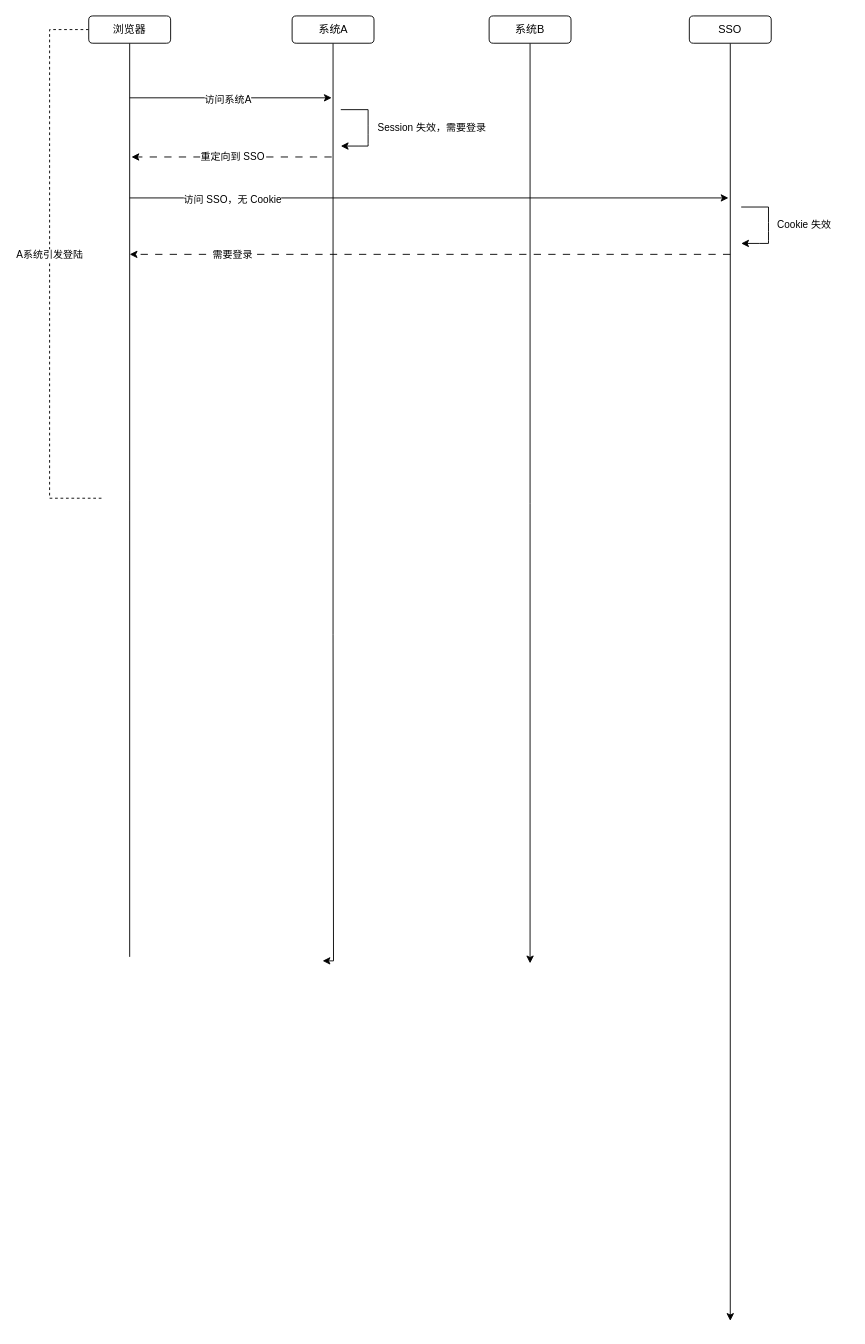
HaiHuangCHN/diagrams keeps this draw.io diagram as 面试必问：cookie、session、token、jwt、单点登录，都是怎么用的.drawio. Above is the earlier version. Source tidied: cells renumbered, new cells numbered last; positions are measured from the earlier drawing's top-left corner, leaving out a move shared by most shapes. Both pictures are drawn from the tidied source at 91%, with x=0, y=0 at pixel (49, 15).
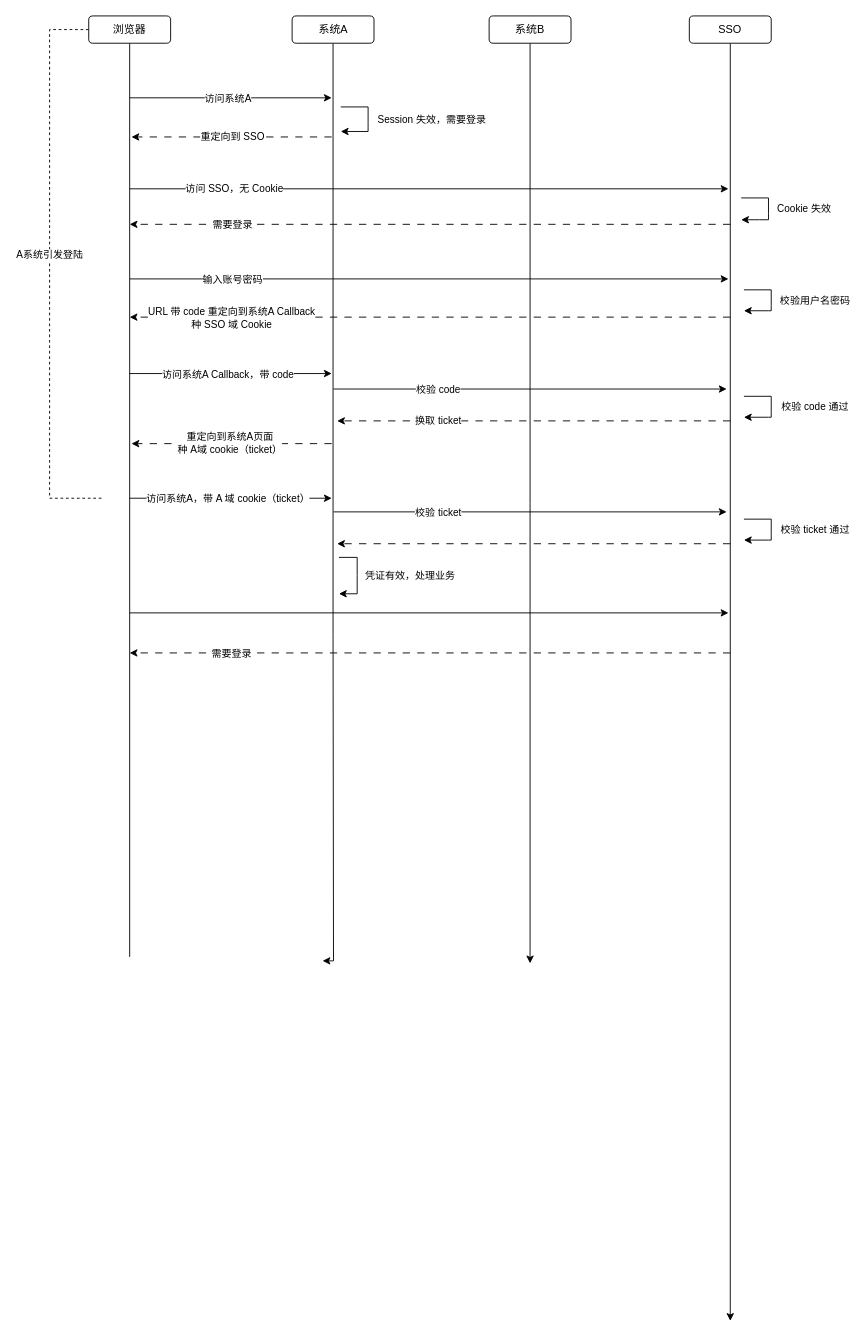
The same diagram, later.

Commit message:
更新面试必问：cookie、session、token、jwt、单点登录，都是怎么用的.drawio

Unchanged cells that the change refers to:
```xml
<mxCell id="12" style="endArrow=classic;html=1;rounded=0;" parent="1" edge="1">
  <mxGeometry relative="1" as="geometry">
    <mxPoint x="88" y="90" as="sourcePoint" />
    <mxPoint x="310" y="90" as="targetPoint" />
  </mxGeometry>
</mxCell>
```

Diff of the diagram source:
```diff
@@
     <mxCell id="13" value="访问系统A" style="edgeLabel;html=1;align=center;verticalAlign=middle;" parent="12" vertex="1">
       <mxGeometry x="-0.32" y="-1" relative="1" as="geometry">
-        <mxPoint x="32" as="offset" />
+        <mxPoint x="32" y="-1" as="offset" />
       </mxGeometry>
     </mxCell>
     <mxCell id="14" style="endArrow=classic;html=1;rounded=0;dashed=1;dashPattern=8 8;" parent="1" edge="1">
       <mxGeometry relative="1" as="geometry">
-        <mxPoint x="310" y="155" as="sourcePoint" />
-        <mxPoint x="90" y="155" as="targetPoint" />
+        <mxPoint x="310" y="133" as="sourcePoint" />
+        <mxPoint x="90" y="133" as="targetPoint" />
       </mxGeometry>
     </mxCell>
@@
     <mxCell id="16" style="endArrow=classic;html=1;rounded=0;" parent="1" edge="1">
       <mxGeometry relative="1" as="geometry">
-        <mxPoint x="320" y="103" as="sourcePoint" />
-        <mxPoint x="320" y="143" as="targetPoint" />
+        <mxPoint x="320" y="100" as="sourcePoint" />
+        <mxPoint x="320" y="127" as="targetPoint" />
         <Array as="points">
-          <mxPoint x="350" y="103" />
-          <mxPoint x="350" y="120" />
-          <mxPoint x="350" y="130" />
-          <mxPoint x="350" y="140" />
-          <mxPoint x="350" y="143" />
-          <mxPoint x="340" y="143" />
+          <mxPoint x="350" y="100" />
+          <mxPoint x="350" y="117" />
+          <mxPoint x="350" y="127" />
+          <mxPoint x="340" y="127" />
         </Array>
       </mxGeometry>
     </mxCell>
@@
     <mxCell id="18" style="endArrow=classic;html=1;rounded=0;" parent="1" edge="1">
       <mxGeometry relative="1" as="geometry">
-        <mxPoint x="88" y="200" as="sourcePoint" />
-        <mxPoint x="746" y="200" as="targetPoint" />
+        <mxPoint x="88" y="190" as="sourcePoint" />
+        <mxPoint x="746" y="190" as="targetPoint" />
       </mxGeometry>
     </mxCell>
     <mxCell id="19" value="访问 SSO，无 Cookie" style="edgeLabel;html=1;align=center;verticalAlign=middle;" parent="18" vertex="1">
       <mxGeometry x="-0.32" y="-1" relative="1" as="geometry">
-        <mxPoint x="-112" as="offset" />
+        <mxPoint x="-110" y="-2" as="offset" />
       </mxGeometry>
     </mxCell>
     <mxCell id="20" style="endArrow=classic;html=1;rounded=0;" parent="1" edge="1">
       <mxGeometry relative="1" as="geometry">
-        <mxPoint x="760" y="210" as="sourcePoint" />
-        <mxPoint x="760" y="250" as="targetPoint" />
+        <mxPoint x="760" y="200" as="sourcePoint" />
+        <mxPoint x="760" y="224" as="targetPoint" />
         <Array as="points">
-          <mxPoint x="790" y="210" />
-          <mxPoint x="790" y="227" />
-          <mxPoint x="790" y="237" />
-          <mxPoint x="790" y="247" />
-          <mxPoint x="790" y="250" />
-          <mxPoint x="780" y="250" />
+          <mxPoint x="790" y="200" />
+          <mxPoint x="790" y="217" />
+          <mxPoint x="790" y="224" />
+          <mxPoint x="780" y="224" />
         </Array>
       </mxGeometry>
     </mxCell>
@@
     <mxCell id="22" style="endArrow=classic;html=1;rounded=0;dashed=1;dashPattern=8 8;" parent="1" edge="1">
       <mxGeometry relative="1" as="geometry">
-        <mxPoint x="748" y="262" as="sourcePoint" />
-        <mxPoint x="88" y="262" as="targetPoint" />
+        <mxPoint x="748" y="229" as="sourcePoint" />
+        <mxPoint x="88" y="229" as="targetPoint" />
       </mxGeometry>
     </mxCell>
@@
+    <mxCell id="24" style="endArrow=classic;html=1;rounded=0;" parent="1" edge="1">
+      <mxGeometry relative="1" as="geometry">
+        <mxPoint x="88" y="289" as="sourcePoint" />
+        <mxPoint x="746" y="289" as="targetPoint" />
+      </mxGeometry>
+    </mxCell>
+    <mxCell id="25" value="输入账号密码" style="edgeLabel;html=1;align=center;verticalAlign=middle;" parent="24" vertex="1">
+      <mxGeometry x="-0.32" y="-1" relative="1" as="geometry">
+        <mxPoint x="-112" y="-1" as="offset" />
+      </mxGeometry>
+    </mxCell>
+    <mxCell id="26" style="endArrow=classic;html=1;rounded=0;dashed=1;dashPattern=8 8;" parent="1" edge="1">
+      <mxGeometry relative="1" as="geometry">
+        <mxPoint x="748" y="331" as="sourcePoint" />
+        <mxPoint x="88" y="331" as="targetPoint" />
+      </mxGeometry>
+    </mxCell>
+    <mxCell id="27" value="URL 带 code 重定向到系统A Callback&lt;div&gt;种 SSO 域 Cookie&lt;/div&gt;" style="edgeLabel;html=1;align=center;verticalAlign=middle;" parent="26" vertex="1">
+      <mxGeometry x="-0.32" y="-1" relative="1" as="geometry">
+        <mxPoint x="-325" y="1" as="offset" />
+      </mxGeometry>
+    </mxCell>
+    <mxCell id="28" style="endArrow=classic;html=1;rounded=0;" parent="1" edge="1">
+      <mxGeometry relative="1" as="geometry">
+        <mxPoint x="763" y="301" as="sourcePoint" />
+        <mxPoint x="763" y="324" as="targetPoint" />
+        <Array as="points">
+          <mxPoint x="793" y="301" />
+          <mxPoint x="793" y="318" />
+          <mxPoint x="793" y="324" />
+          <mxPoint x="790" y="324" />
+          <mxPoint x="783" y="324" />
+        </Array>
+      </mxGeometry>
+    </mxCell>
+    <mxCell id="29" value="校验用户名密码" style="edgeLabel;html=1;align=center;verticalAlign=middle;" parent="28" vertex="1">
+      <mxGeometry x="-0.02" y="-1" relative="1" as="geometry">
+        <mxPoint x="48" as="offset" />
+      </mxGeometry>
+    </mxCell>
+    <mxCell id="30" style="endArrow=classic;html=1;rounded=0;" parent="1" edge="1">
+      <mxGeometry relative="1" as="geometry">
+        <mxPoint x="88" y="656" as="sourcePoint" />
+        <mxPoint x="746" y="656" as="targetPoint" />
+      </mxGeometry>
+    </mxCell>
+    <mxCell id="31" style="endArrow=classic;html=1;rounded=0;dashed=1;dashPattern=8 8;" parent="1" edge="1">
+      <mxGeometry relative="1" as="geometry">
+        <mxPoint x="748" y="700" as="sourcePoint" />
+        <mxPoint x="88" y="700" as="targetPoint" />
+      </mxGeometry>
+    </mxCell>
+    <mxCell id="32" value="需要登录" style="edgeLabel;html=1;align=center;verticalAlign=middle;" parent="31" vertex="1">
+      <mxGeometry x="-0.32" y="-1" relative="1" as="geometry">
+        <mxPoint x="-325" y="1" as="offset" />
+      </mxGeometry>
+    </mxCell>
+    <mxCell id="33" style="endArrow=classic;html=1;rounded=0;" parent="1" edge="1">
+      <mxGeometry relative="1" as="geometry">
+        <mxPoint x="88" y="393" as="sourcePoint" />
+        <mxPoint x="310" y="393" as="targetPoint" />
+      </mxGeometry>
+    </mxCell>
+    <mxCell id="34" value="访问系统A Callback，带 code" style="edgeLabel;html=1;align=center;verticalAlign=middle;" parent="33" vertex="1">
+      <mxGeometry x="-0.32" y="-1" relative="1" as="geometry">
+        <mxPoint x="32" y="-1" as="offset" />
+      </mxGeometry>
+    </mxCell>
+    <mxCell id="35" style="endArrow=classic;html=1;rounded=0;" parent="1" edge="1">
+      <mxGeometry relative="1" as="geometry">
+        <mxPoint x="312" y="410" as="sourcePoint" />
+        <mxPoint x="744" y="410" as="targetPoint" />
+      </mxGeometry>
+    </mxCell>
+    <mxCell id="36" value="校验 code" style="edgeLabel;html=1;align=center;verticalAlign=middle;" parent="35" vertex="1">
+      <mxGeometry x="-0.32" y="-1" relative="1" as="geometry">
+        <mxPoint x="-33" y="-1" as="offset" />
+      </mxGeometry>
+    </mxCell>
+    <mxCell id="37" style="endArrow=classic;html=1;rounded=0;dashed=1;dashPattern=8 8;" parent="1" edge="1">
+      <mxGeometry relative="1" as="geometry">
+        <mxPoint x="748" y="445" as="sourcePoint" />
+        <mxPoint x="316" y="445" as="targetPoint" />
+      </mxGeometry>
+    </mxCell>
+    <mxCell id="38" value="换取 ticket" style="edgeLabel;html=1;align=center;verticalAlign=middle;" parent="37" vertex="1">
+      <mxGeometry x="-0.32" y="-1" relative="1" as="geometry">
+        <mxPoint x="-175" as="offset" />
+      </mxGeometry>
+    </mxCell>
+    <mxCell id="39" style="endArrow=classic;html=1;rounded=0;dashed=1;dashPattern=8 8;" parent="1" edge="1">
+      <mxGeometry relative="1" as="geometry">
+        <mxPoint x="310" y="470" as="sourcePoint" />
+        <mxPoint x="90" y="470" as="targetPoint" />
+      </mxGeometry>
+    </mxCell>
+    <mxCell id="40" value="重定向到系统A页面&lt;div&gt;种 A域 cookie（ticket）&lt;/div&gt;" style="edgeLabel;html=1;align=center;verticalAlign=middle;" parent="39" vertex="1">
+      <mxGeometry x="-0.32" y="-1" relative="1" as="geometry">
+        <mxPoint x="-38" as="offset" />
+      </mxGeometry>
+    </mxCell>
+    <mxCell id="41" style="endArrow=classic;html=1;rounded=0;" parent="1" edge="1">
+      <mxGeometry relative="1" as="geometry">
+        <mxPoint x="763" y="418" as="sourcePoint" />
+        <mxPoint x="763" y="441" as="targetPoint" />
+        <Array as="points">
+          <mxPoint x="793" y="418" />
+          <mxPoint x="793" y="435" />
+          <mxPoint x="793" y="441" />
+          <mxPoint x="790" y="441" />
+          <mxPoint x="783" y="441" />
+        </Array>
+      </mxGeometry>
+    </mxCell>
+    <mxCell id="42" value="校验 code 通过" style="edgeLabel;html=1;align=center;verticalAlign=middle;" parent="41" vertex="1">
+      <mxGeometry x="-0.02" y="-1" relative="1" as="geometry">
+        <mxPoint x="48" as="offset" />
+      </mxGeometry>
+    </mxCell>
+    <mxCell id="43" style="endArrow=classic;html=1;rounded=0;" parent="1" edge="1">
+      <mxGeometry relative="1" as="geometry">
+        <mxPoint x="88" y="530" as="sourcePoint" />
+        <mxPoint x="310" y="530" as="targetPoint" />
+      </mxGeometry>
+    </mxCell>
+    <mxCell id="44" value="访问系统A，带 A 域 cookie（ticket）" style="edgeLabel;html=1;align=center;verticalAlign=middle;" parent="43" vertex="1">
+      <mxGeometry x="-0.32" y="-1" relative="1" as="geometry">
+        <mxPoint x="32" y="-1" as="offset" />
+      </mxGeometry>
+    </mxCell>
+    <mxCell id="45" style="endArrow=classic;html=1;rounded=0;" parent="1" edge="1">
+      <mxGeometry relative="1" as="geometry">
+        <mxPoint x="312" y="545" as="sourcePoint" />
+        <mxPoint x="744" y="545" as="targetPoint" />
+      </mxGeometry>
+    </mxCell>
+    <mxCell id="46" value="校验 ticket" style="edgeLabel;html=1;align=center;verticalAlign=middle;" parent="45" vertex="1">
+      <mxGeometry x="-0.32" y="-1" relative="1" as="geometry">
+        <mxPoint x="-33" y="-1" as="offset" />
+      </mxGeometry>
+    </mxCell>
+    <mxCell id="47" style="endArrow=classic;html=1;rounded=0;dashed=1;dashPattern=8 8;" parent="1" edge="1">
+      <mxGeometry relative="1" as="geometry">
+        <mxPoint x="748" y="580" as="sourcePoint" />
+        <mxPoint x="316" y="580" as="targetPoint" />
+      </mxGeometry>
+    </mxCell>
+    <mxCell id="48" style="endArrow=classic;html=1;rounded=0;" parent="1" edge="1">
+      <mxGeometry relative="1" as="geometry">
+        <mxPoint x="763" y="553" as="sourcePoint" />
+        <mxPoint x="763" y="576" as="targetPoint" />
+        <Array as="points">
+          <mxPoint x="793" y="553" />
+          <mxPoint x="793" y="570" />
+          <mxPoint x="793" y="576" />
+          <mxPoint x="790" y="576" />
+          <mxPoint x="783" y="576" />
+        </Array>
+      </mxGeometry>
+    </mxCell>
+    <mxCell id="49" value="校验 ticket 通过" style="edgeLabel;html=1;align=center;verticalAlign=middle;" parent="48" vertex="1">
+      <mxGeometry x="-0.02" y="-1" relative="1" as="geometry">
+        <mxPoint x="48" as="offset" />
+      </mxGeometry>
+    </mxCell>
+    <mxCell id="50" style="endArrow=classic;html=1;rounded=0;" parent="1" edge="1">
+      <mxGeometry relative="1" as="geometry">
+        <mxPoint x="318" y="595" as="sourcePoint" />
+        <mxPoint x="318" y="635" as="targetPoint" />
+        <Array as="points">
+          <mxPoint x="338" y="595" />
+          <mxPoint x="338" y="615" />
+          <mxPoint x="338" y="635" />
+        </Array>
+      </mxGeometry>
+    </mxCell>
+    <mxCell id="51" value="凭证有效，处理业务" style="edgeLabel;html=1;align=center;verticalAlign=middle;" parent="50" vertex="1">
+      <mxGeometry x="-0.02" y="-1" relative="1" as="geometry">
+        <mxPoint x="58" as="offset" />
+      </mxGeometry>
+    </mxCell>
```
